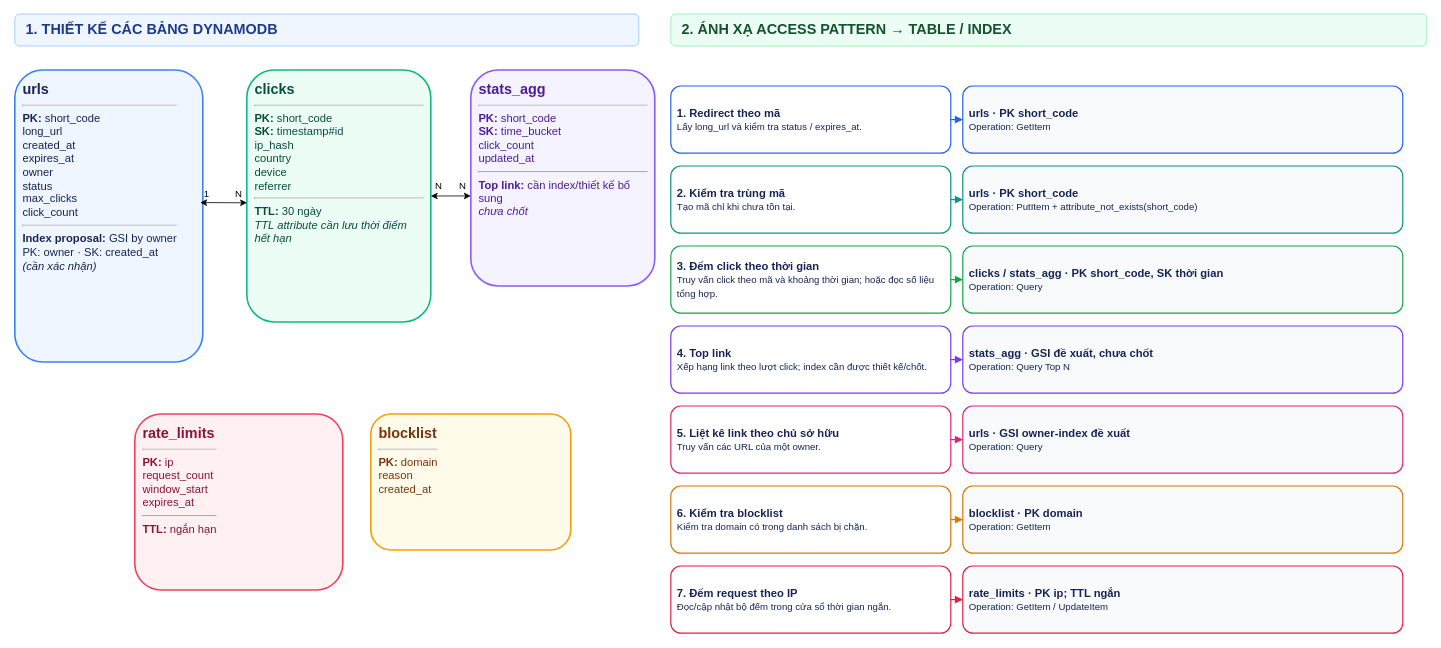
Above: docs/diagrams/database_mapping.drawio in uyen1103/smart-url-serverless-aws (draw.io), before the change. Source tidied: cells renumbered, new cells numbered last; positions are measured from the earlier drawing's top-left corner, leaving out a move shared by most shapes. Both pictures are drawn from the tidied source at 80%, with x=0, y=0 at pixel (14, 14).
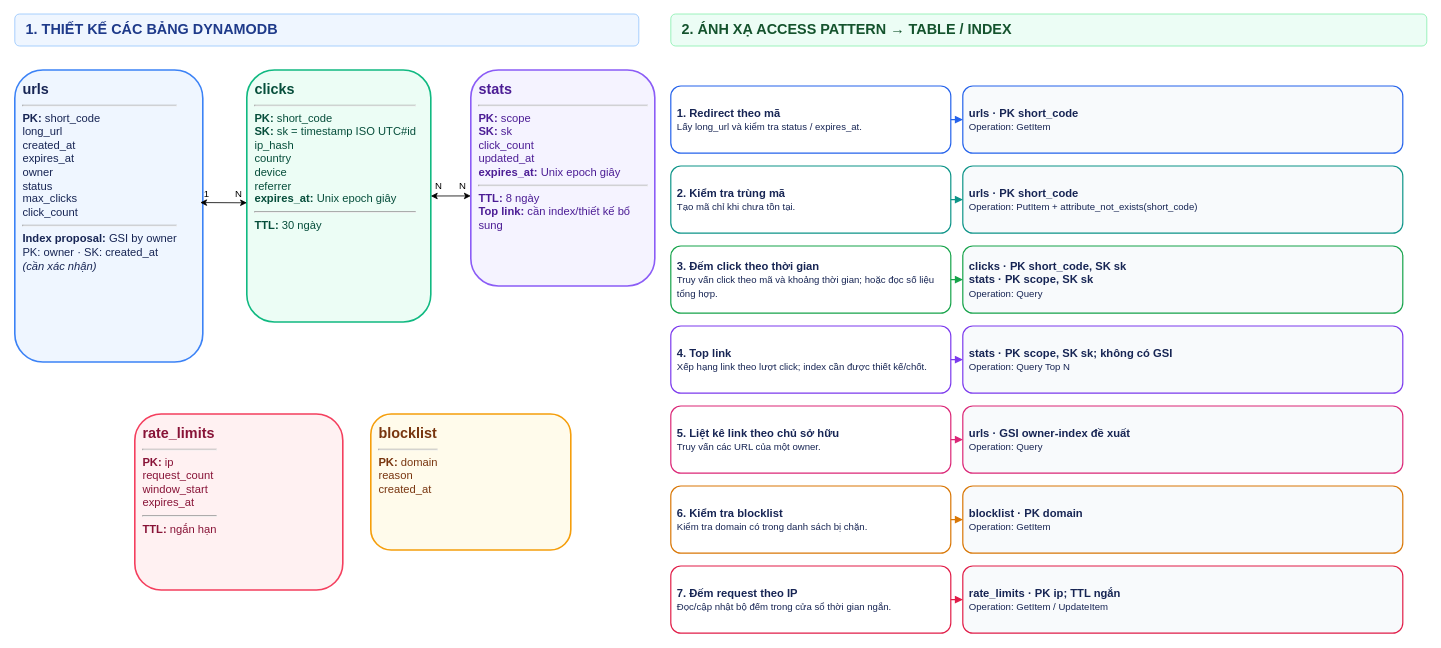
Above is the later version.

Diff of the diagram source:
```diff
@@
-    <mxCell id="5" value="&lt;b&gt;&lt;font style=&quot;font-size:18px&quot;&gt;clicks&lt;/font&gt;&lt;/b&gt;&lt;hr&gt;&lt;b&gt;PK:&lt;/b&gt; short_code&lt;br&gt;&lt;b&gt;SK:&lt;/b&gt; timestamp#id&lt;br&gt;ip_hash&lt;br&gt;country&lt;br&gt;device&lt;br&gt;referrer&lt;br&gt;&lt;hr&gt;&lt;b&gt;TTL:&lt;/b&gt; 30 ngày&lt;br&gt;&lt;i&gt;TTL attribute cần lưu thời điểm hết hạn&lt;/i&gt;" style="rounded=1;whiteSpace=wrap;html=1;fillColor=#ecfdf5;strokeColor=#10b981;strokeWidth=2;fontColor=#064e3b;fontSize=14;align=left;verticalAlign=top;spacing=10;" parent="1" vertex="1">
+    <mxCell id="5" value="&lt;b&gt;&lt;font style=&quot;font-size:18px&quot;&gt;clicks&lt;/font&gt;&lt;/b&gt;&lt;hr&gt;&lt;b&gt;PK:&lt;/b&gt; short_code&lt;br&gt;&lt;b&gt;SK:&lt;/b&gt; sk = timestamp ISO UTC#id&lt;br&gt;ip_hash&lt;br&gt;country&lt;br&gt;device&lt;br&gt;referrer&lt;br&gt;&lt;b&gt;expires_at:&lt;/b&gt; Unix epoch giây&lt;br&gt;&lt;hr&gt;&lt;b&gt;TTL:&lt;/b&gt; 30 ngày" style="rounded=1;whiteSpace=wrap;html=1;fillColor=#ecfdf5;strokeColor=#10b981;strokeWidth=2;fontColor=#064e3b;fontSize=14;align=left;verticalAlign=top;spacing=10;" parent="1" vertex="1">
       <mxGeometry x="290" y="70" width="230" height="315" as="geometry" />
     </mxCell>
-    <mxCell id="6" value="&lt;b&gt;&lt;font style=&quot;font-size:18px&quot;&gt;stats_agg&lt;/font&gt;&lt;/b&gt;&lt;hr&gt;&lt;b&gt;PK:&lt;/b&gt; short_code&lt;br&gt;&lt;b&gt;SK:&lt;/b&gt; time_bucket&lt;br&gt;click_count&lt;br&gt;updated_at&lt;br&gt;&lt;hr&gt;&lt;b&gt;Top link:&lt;/b&gt; cần index/thiết kế bổ sung&lt;br&gt;&lt;i&gt;chưa chốt&lt;/i&gt;" style="rounded=1;whiteSpace=wrap;html=1;fillColor=#f5f3ff;strokeColor=#8b5cf6;strokeWidth=2;fontColor=#4c1d95;fontSize=14;align=left;verticalAlign=top;spacing=10;" parent="1" vertex="1">
+    <mxCell id="6" value="&lt;b&gt;&lt;font style=&quot;font-size:18px&quot;&gt;stats&lt;/font&gt;&lt;/b&gt;&lt;hr&gt;&lt;b&gt;PK:&lt;/b&gt; scope&lt;br&gt;&lt;b&gt;SK:&lt;/b&gt; sk&lt;br&gt;click_count&lt;br&gt;updated_at&lt;br&gt;&lt;b&gt;expires_at:&lt;/b&gt; Unix epoch giây&lt;br&gt;&lt;hr&gt;&lt;b&gt;TTL:&lt;/b&gt; 8 ngày&lt;br&gt;&lt;b&gt;Top link:&lt;/b&gt; cần index/thiết kế bổ sung" style="rounded=1;whiteSpace=wrap;html=1;fillColor=#f5f3ff;strokeColor=#8b5cf6;strokeWidth=2;fontColor=#4c1d95;fontSize=14;align=left;verticalAlign=top;spacing=10;" parent="1" vertex="1">
       <mxGeometry x="570" y="70" width="230" height="270" as="geometry" />
     </mxCell>
@@
-    <mxCell id="16" value="&lt;b&gt;clicks / stats_agg · PK short_code, SK thời gian&lt;/b&gt;&lt;br&gt;&lt;font style=&quot;font-size:12px&quot;&gt;Operation: Query&lt;/font&gt;" style="rounded=1;whiteSpace=wrap;html=1;fillColor=#f8fafc;strokeColor=#16a34a;strokeWidth=1.5;fontColor=#172554;fontSize=14;align=left;verticalAlign=middle;spacing=8;" parent="1" vertex="1">
+    <mxCell id="16" value="&lt;b&gt;clicks · PK short_code, SK sk&lt;/b&gt;&lt;br&gt;&lt;b&gt;stats · PK scope, SK sk&lt;/b&gt;&lt;br&gt;&lt;font style=&quot;font-size:12px&quot;&gt;Operation: Query&lt;/font&gt;" style="rounded=1;whiteSpace=wrap;html=1;fillColor=#f8fafc;strokeColor=#16a34a;strokeWidth=1.5;fontColor=#172554;fontSize=14;align=left;verticalAlign=middle;spacing=8;" parent="1" vertex="1">
       <mxGeometry x="1185" y="290" width="550" height="84" as="geometry" />
     </mxCell>
@@
-    <mxCell id="19" value="&lt;b&gt;stats_agg · GSI đề xuất, chưa chốt&lt;/b&gt;&lt;br&gt;&lt;font style=&quot;font-size:12px&quot;&gt;Operation: Query Top N&lt;/font&gt;" style="rounded=1;whiteSpace=wrap;html=1;fillColor=#f8fafc;strokeColor=#7c3aed;strokeWidth=1.5;fontColor=#172554;fontSize=14;align=left;verticalAlign=middle;spacing=8;" parent="1" vertex="1">
+    <mxCell id="19" value="&lt;b&gt;stats · PK scope, SK sk; không có GSI&lt;/b&gt;&lt;br&gt;&lt;font style=&quot;font-size:12px&quot;&gt;Operation: Query Top N&lt;/font&gt;" style="rounded=1;whiteSpace=wrap;html=1;fillColor=#f8fafc;strokeColor=#7c3aed;strokeWidth=1.5;fontColor=#172554;fontSize=14;align=left;verticalAlign=middle;spacing=8;" parent="1" vertex="1">
       <mxGeometry x="1185" y="390" width="550" height="84" as="geometry" />
     </mxCell>
```
